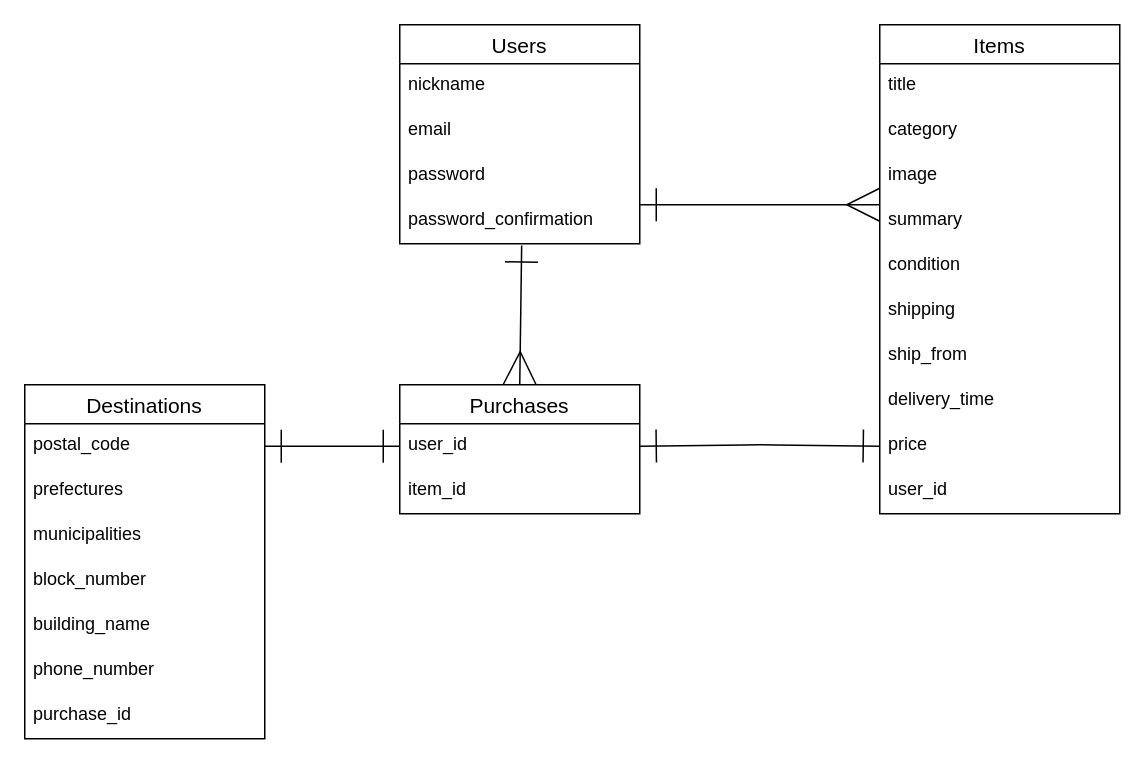
This is furima.dio from koala5656/furima-39948, a draw.io file, before an edit. Source tidied: cells renumbered, new cells numbered last; positions are measured from the earlier drawing's top-left corner, leaving out a move shared by most shapes. Both pictures are drawn from the tidied source at 150%, with x=0, y=0 at pixel (24, 24).
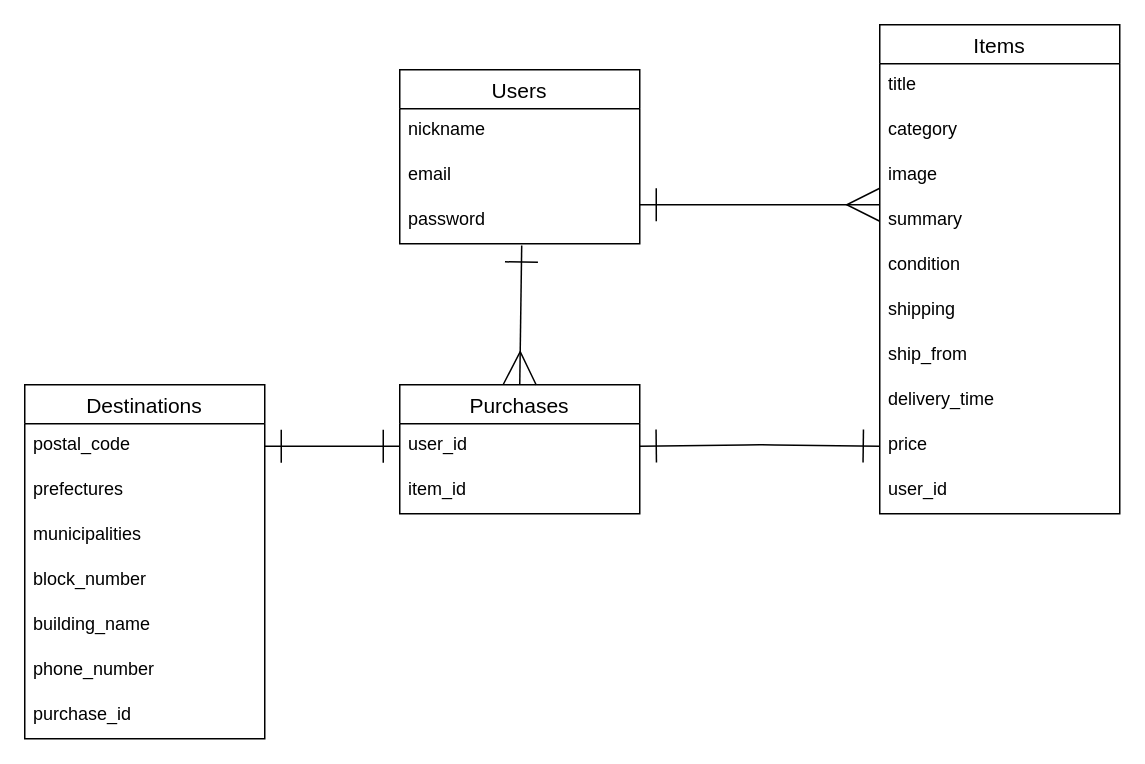
After the change.

The change refers to these unchanged cells:
```xml
<mxCell id="18" value="Purchases" style="swimlane;fontStyle=0;horizontal=1;startSize=26;align=center;fontSize=14;" parent="1" vertex="1">
  <mxGeometry x="250" y="240" width="160" height="86" as="geometry" />
</mxCell>
```

Change to the diagram source:
```diff
@@
     <mxCell id="2" value="Users" style="swimlane;fontStyle=0;horizontal=1;startSize=26;align=center;fontSize=14;" parent="1" vertex="1">
-      <mxGeometry x="250" width="160" height="146" as="geometry" />
+      <mxGeometry x="250" y="30" width="160" height="116" as="geometry" />
     </mxCell>
@@
-    <mxCell id="6" value="password_confirmation" style="text;strokeColor=none;fillColor=none;spacingLeft=4;spacingRight=4;overflow=hidden;points=[[0,0.5],[1,0.5]];portConstraint=eastwest;fontSize=12;" parent="2" vertex="1">
-      <mxGeometry y="116" width="160" height="30" as="geometry" />
-    </mxCell>
@@
-    <mxCell id="30" style="fontSize=12;html=1;endArrow=ERmany;rounded=1;startSize=20;endSize=20;sourcePerimeterSpacing=5;targetPerimeterSpacing=5;entryX=0.5;entryY=0;entryDx=0;entryDy=0;exitX=0.508;exitY=1.04;exitDx=0;exitDy=0;exitPerimeter=0;startArrow=ERone;startFill=0;" parent="1" edge="1" source="6" target="18">
-      <mxGeometry relative="1" as="geometry" />
+    <mxCell id="30" style="fontSize=12;html=1;endArrow=ERmany;rounded=1;startSize=20;endSize=20;sourcePerimeterSpacing=5;targetPerimeterSpacing=5;entryX=0.5;entryY=0;entryDx=0;entryDy=0;exitX=0.508;exitY=1.04;exitDx=0;exitDy=0;exitPerimeter=0;startArrow=ERone;startFill=0;" parent="1" edge="1" target="18">
+      <mxGeometry relative="1" as="geometry">
+        <mxPoint x="331.3" y="147.2" as="sourcePoint" />
+      </mxGeometry>
     </mxCell>
```
